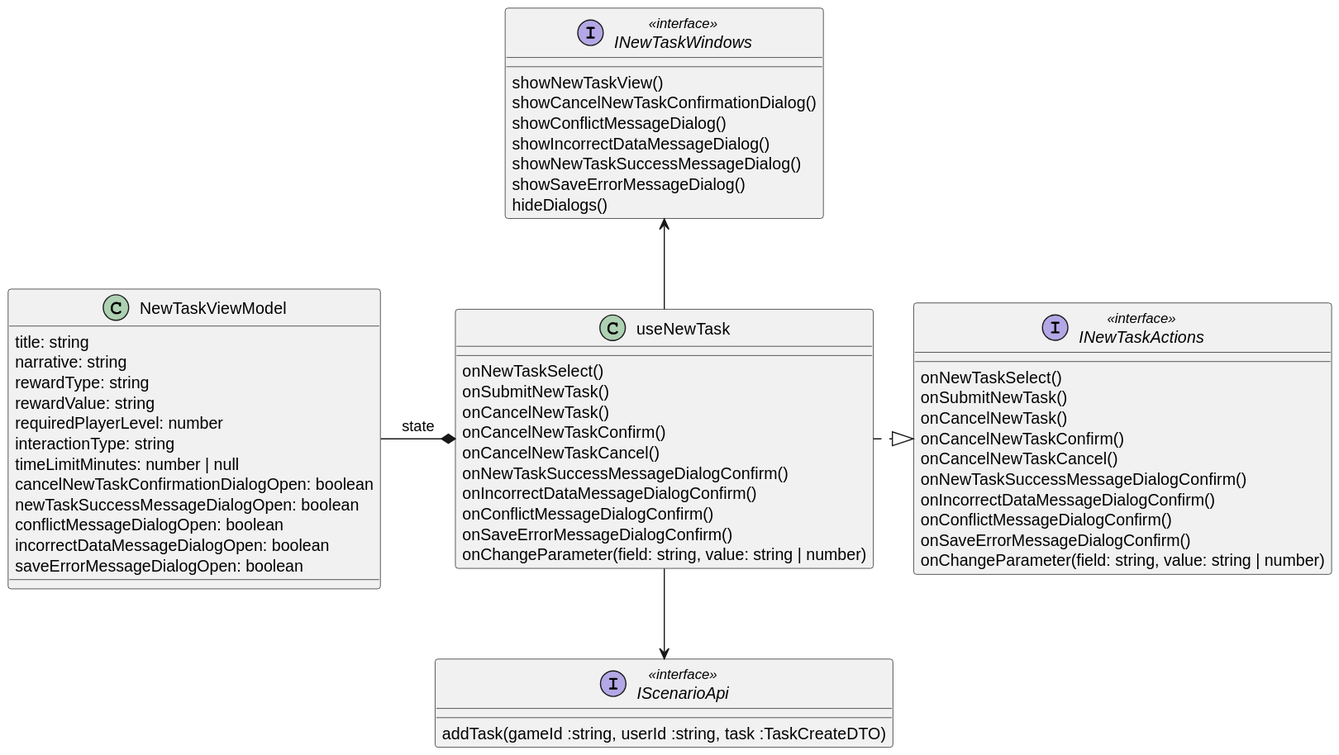
Earlier version of the PlantUML export diagrams/frontend/rendered/new-task-presenter.svg (Igor-Ochocki/POP-2026Z).
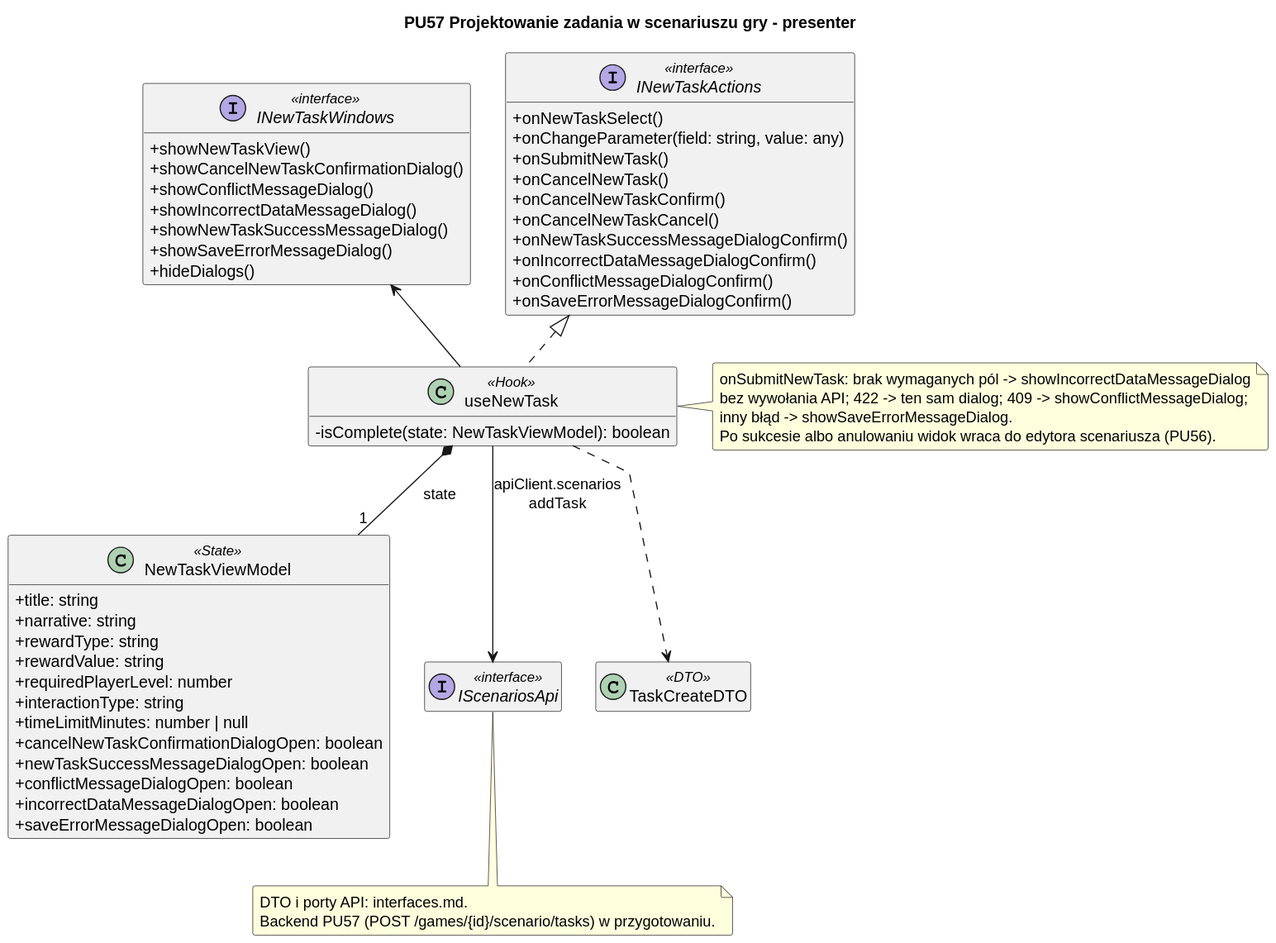
Later version of the same file.

Diff of the diagram source:
```diff
@@ -1,63 +1,75 @@
 @startuml
-class useNewTask {
-    onNewTaskSelect()
-    onSubmitNewTask()
-    onCancelNewTask()
-    onCancelNewTaskConfirm()
-    onCancelNewTaskCancel()
-    onNewTaskSuccessMessageDialogConfirm()
-    onIncorrectDataMessageDialogConfirm()
-    onConflictMessageDialogConfirm()
-    onSaveErrorMessageDialogConfirm()
-    onChangeParameter(field: string, value: string | number)
-}
+skinparam classAttributeIconSize 0
+skinparam packageStyle rectangle
+skinparam shadowing false
+skinparam roundcorner 4
+skinparam linetype polyline
+skinparam nodesep 30
+skinparam ranksep 40
+hide empty members
+
+title PU57 Projektowanie zadania w scenariuszu gry - presenter
 
 interface INewTaskActions <<interface>> {
-    onNewTaskSelect()
-    onSubmitNewTask()
-    onCancelNewTask()
-    onCancelNewTaskConfirm()
-    onCancelNewTaskCancel()
-    onNewTaskSuccessMessageDialogConfirm()
-    onIncorrectDataMessageDialogConfirm()
-    onConflictMessageDialogConfirm()
-    onSaveErrorMessageDialogConfirm()
-    onChangeParameter(field: string, value: string | number)
-}
-
-useNewTask .|> INewTaskActions
-
-useNewTask --> IScenarioApi
-useNewTask -u-> INewTaskWindows
-
-interface IScenarioApi <<interface>> {
-    addTask(gameId :string, userId :string, task :TaskCreateDTO)
+    + onNewTaskSelect()
+    + onChangeParameter(field: string, value: any)
+    + onSubmitNewTask()
+    + onCancelNewTask()
+    + onCancelNewTaskConfirm()
+    + onCancelNewTaskCancel()
+    + onNewTaskSuccessMessageDialogConfirm()
+    + onIncorrectDataMessageDialogConfirm()
+    + onConflictMessageDialogConfirm()
+    + onSaveErrorMessageDialogConfirm()
 }
 
 interface INewTaskWindows <<interface>> {
-    showNewTaskView()
-    showCancelNewTaskConfirmationDialog()
-    showConflictMessageDialog()
-    showIncorrectDataMessageDialog()
-    showNewTaskSuccessMessageDialog()
-    showSaveErrorMessageDialog()
-    hideDialogs()
+    + showNewTaskView()
+    + showCancelNewTaskConfirmationDialog()
+    + showConflictMessageDialog()
+    + showIncorrectDataMessageDialog()
+    + showNewTaskSuccessMessageDialog()
+    + showSaveErrorMessageDialog()
+    + hideDialogs()
 }
 
-class NewTaskViewModel {
-    title: string
-    narrative: string
-    rewardType: string
-    rewardValue: string
-    requiredPlayerLevel: number
-    interactionType: string
-    timeLimitMinutes: number | null
-    cancelNewTaskConfirmationDialogOpen: boolean
-    newTaskSuccessMessageDialogOpen: boolean
-    conflictMessageDialogOpen: boolean
-    incorrectDataMessageDialogOpen: boolean
-    saveErrorMessageDialogOpen: boolean
+class useNewTask <<Hook>> {
+    - isComplete(state: NewTaskViewModel): boolean
 }
 
-useNewTask *-l- NewTaskViewModel :state
+class NewTaskViewModel <<State>> {
+    + title: string
+    + narrative: string
+    + rewardType: string
+    + rewardValue: string
+    + requiredPlayerLevel: number
+    + interactionType: string
+    + timeLimitMinutes: number | null
+    + cancelNewTaskConfirmationDialogOpen: boolean
+    + newTaskSuccessMessageDialogOpen: boolean
+    + conflictMessageDialogOpen: boolean
+    + incorrectDataMessageDialogOpen: boolean
+    + saveErrorMessageDialogOpen: boolean
+}
+
+interface IScenariosApi <<interface>>
+class TaskCreateDTO <<DTO>>
+
+useNewTask .u.|> INewTaskActions
+useNewTask -u-> INewTaskWindows
+useNewTask *-- "1" NewTaskViewModel : state
+useNewTask ..> TaskCreateDTO
+useNewTask --> IScenariosApi : apiClient.scenarios\naddTask
+
+note right of useNewTask
+    onSubmitNewTask: brak wymaganych pól -> showIncorrectDataMessageDialog
+    bez wywołania API; 422 -> ten sam dialog; 409 -> showConflictMessageDialog;
+    inny błąd -> showSaveErrorMessageDialog.
+    Po sukcesie albo anulowaniu widok wraca do edytora scenariusza (PU56).
+end note
+
+note bottom of IScenariosApi
+    DTO i porty API: interfaces.md.
+    Backend PU57 (POST /games/{id}/scenario/tasks) w przygotowaniu.
+end note
 @enduml
```
